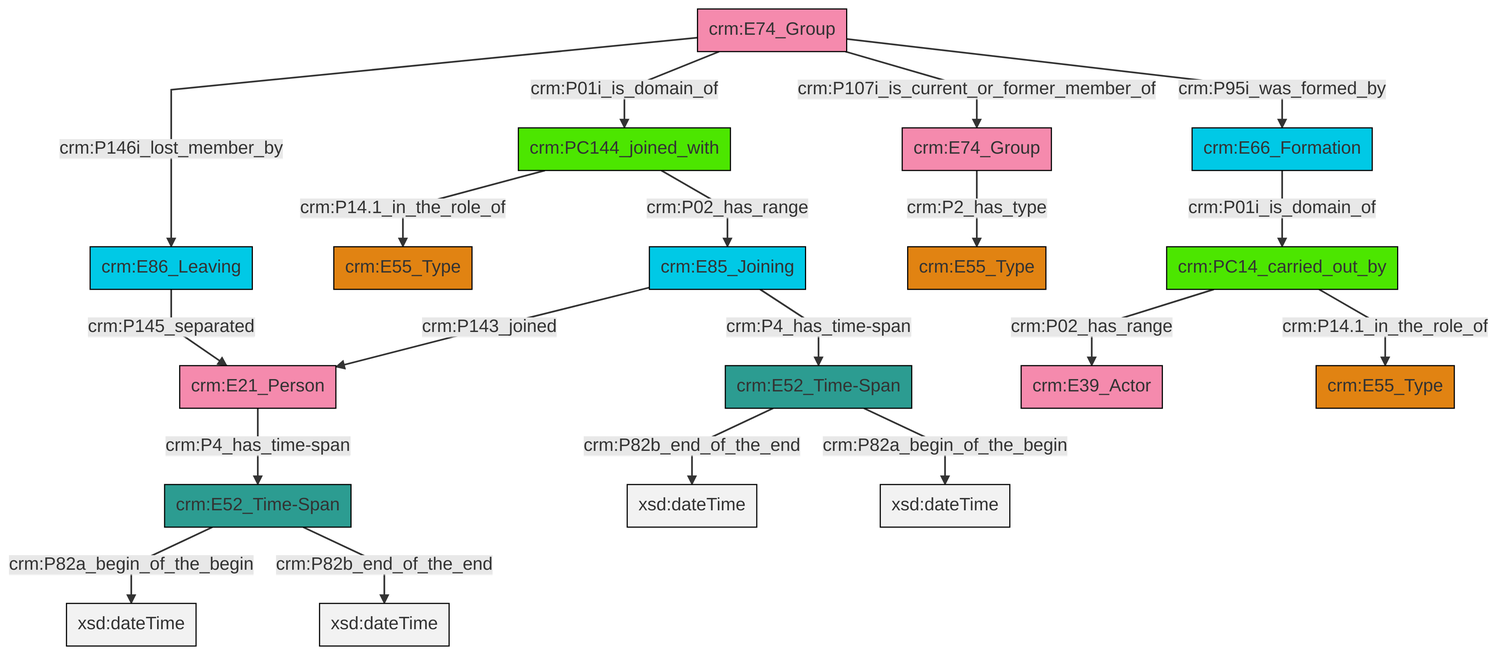
Above: et/groupCSV/ttl/mmd/png/group_actor_relations.png in swiss-art-research-net/reference-data-models (Mermaid), before the change. Its source is kept beside it as et/groupCSV/ttl/mmd/group_actor_relations.ttl.mmd.
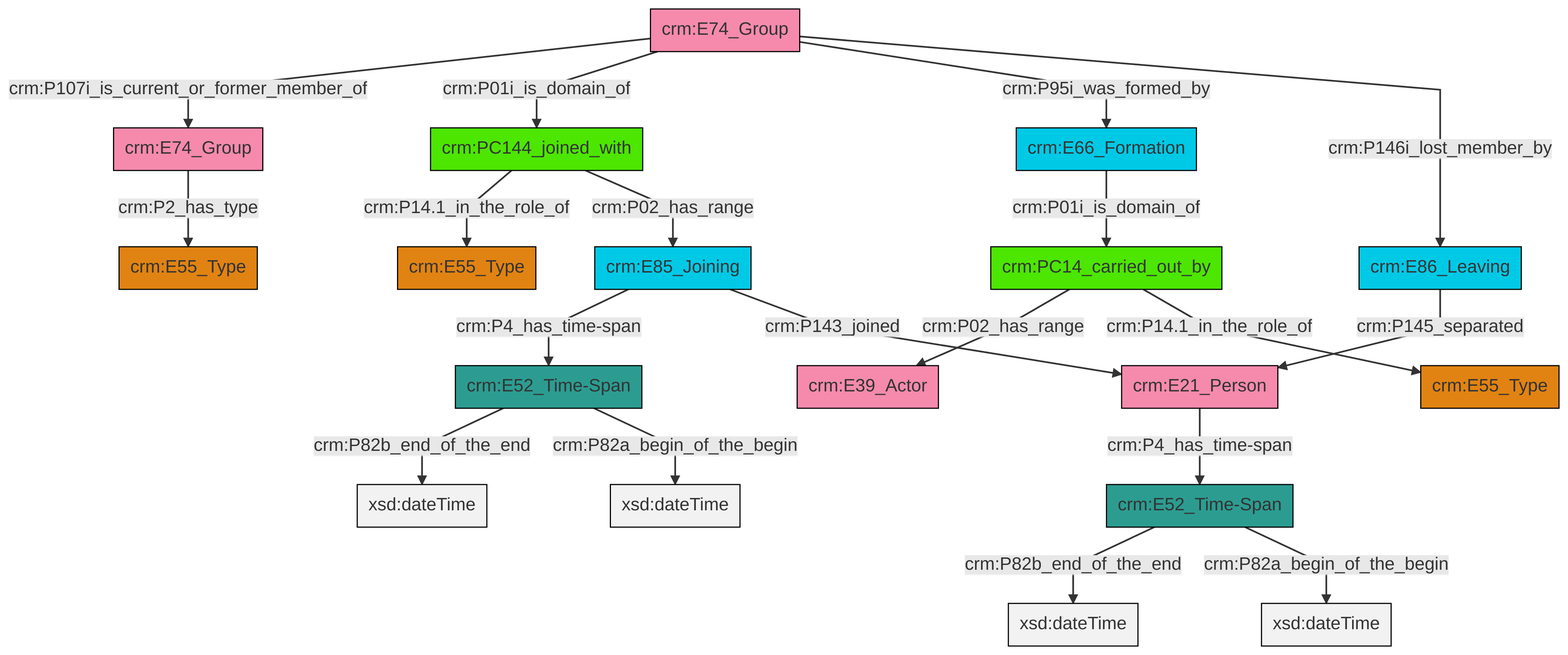
The same diagram one commit later.

What changed in the source:
```diff
@@ -13,21 +13,21 @@
 classDef PC_Classes fill:#4ce600, stroke:#000000;
 classDef Multi fill:#cccccc,stroke:#000000;
 
-0["crm:E86_Leaving"]:::Temporal_Entity -->|crm:P145_separated| 1["crm:E21_Person"]:::Actor
-2["crm:E52_Time-Span"]:::Time-Span -->|crm:P82b_end_of_the_end| 3[xsd:dateTime]:::Literal
-4["crm:E52_Time-Span"]:::Time-Span -->|crm:P82a_begin_of_the_begin| 6[xsd:dateTime]:::Literal
-7["crm:E74_Group"]:::Actor -->|crm:P146i_lost_member_by| 0["crm:E86_Leaving"]:::Temporal_Entity
-14["crm:E85_Joining"]:::Temporal_Entity -->|crm:P143_joined| 1["crm:E21_Person"]:::Actor
-15["crm:PC14_carried_out_by"]:::PC_Classes -->|crm:P02_has_range| 16["crm:E39_Actor"]:::Actor
-7["crm:E74_Group"]:::Actor -->|crm:P01i_is_domain_of| 18["crm:PC144_joined_with"]:::PC_Classes
-15["crm:PC14_carried_out_by"]:::PC_Classes -->|crm:P14.1_in_the_role_of| 19["crm:E55_Type"]:::Type
-1["crm:E21_Person"]:::Actor -->|crm:P4_has_time-span| 4["crm:E52_Time-Span"]:::Time-Span
-9["crm:E66_Formation"]:::Temporal_Entity -->|crm:P01i_is_domain_of| 15["crm:PC14_carried_out_by"]:::PC_Classes
-7["crm:E74_Group"]:::Actor -->|crm:P107i_is_current_or_former_member_of| 28["crm:E74_Group"]:::Actor
-2["crm:E52_Time-Span"]:::Time-Span -->|crm:P82a_begin_of_the_begin| 29[xsd:dateTime]:::Literal
-7["crm:E74_Group"]:::Actor -->|crm:P95i_was_formed_by| 9["crm:E66_Formation"]:::Temporal_Entity
-14["crm:E85_Joining"]:::Temporal_Entity -->|crm:P4_has_time-span| 2["crm:E52_Time-Span"]:::Time-Span
-4["crm:E52_Time-Span"]:::Time-Span -->|crm:P82b_end_of_the_end| 31[xsd:dateTime]:::Literal
-28["crm:E74_Group"]:::Actor -->|crm:P2_has_type| 12["crm:E55_Type"]:::Type
-18["crm:PC144_joined_with"]:::PC_Classes -->|crm:P14.1_in_the_role_of| 26["crm:E55_Type"]:::Type
-18["crm:PC144_joined_with"]:::PC_Classes -->|crm:P02_has_range| 14["crm:E85_Joining"]:::Temporal_Entity
+2["crm:E52_Time-Span"]:::Time-Span -->|crm:P82b_end_of_the_end| 4[xsd:dateTime]:::Literal
+5["crm:E66_Formation"]:::Temporal_Entity -->|crm:P01i_is_domain_of| 6["crm:PC14_carried_out_by"]:::PC_Classes
+16["crm:E74_Group"]:::Actor -->|crm:P107i_is_current_or_former_member_of| 7["crm:E74_Group"]:::Actor
+0["crm:E52_Time-Span"]:::Time-Span -->|crm:P82b_end_of_the_end| 17[xsd:dateTime]:::Literal
+11["crm:PC144_joined_with"]:::PC_Classes -->|crm:P14.1_in_the_role_of| 14["crm:E55_Type"]:::Type
+18["crm:E21_Person"]:::Actor -->|crm:P4_has_time-span| 0["crm:E52_Time-Span"]:::Time-Span
+16["crm:E74_Group"]:::Actor -->|crm:P01i_is_domain_of| 11["crm:PC144_joined_with"]:::PC_Classes
+6["crm:PC14_carried_out_by"]:::PC_Classes -->|crm:P02_has_range| 9["crm:E39_Actor"]:::Actor
+7["crm:E74_Group"]:::Actor -->|crm:P2_has_type| 20["crm:E55_Type"]:::Type
+16["crm:E74_Group"]:::Actor -->|crm:P95i_was_formed_by| 5["crm:E66_Formation"]:::Temporal_Entity
+24["crm:E85_Joining"]:::Temporal_Entity -->|crm:P4_has_time-span| 2["crm:E52_Time-Span"]:::Time-Span
+0["crm:E52_Time-Span"]:::Time-Span -->|crm:P82a_begin_of_the_begin| 26[xsd:dateTime]:::Literal
+2["crm:E52_Time-Span"]:::Time-Span -->|crm:P82a_begin_of_the_begin| 27[xsd:dateTime]:::Literal
+16["crm:E74_Group"]:::Actor -->|crm:P146i_lost_member_by| 30["crm:E86_Leaving"]:::Temporal_Entity
+6["crm:PC14_carried_out_by"]:::PC_Classes -->|crm:P14.1_in_the_role_of| 31["crm:E55_Type"]:::Type
+24["crm:E85_Joining"]:::Temporal_Entity -->|crm:P143_joined| 18["crm:E21_Person"]:::Actor
+30["crm:E86_Leaving"]:::Temporal_Entity -->|crm:P145_separated| 18["crm:E21_Person"]:::Actor
+11["crm:PC144_joined_with"]:::PC_Classes -->|crm:P02_has_range| 24["crm:E85_Joining"]:::Temporal_Entity
```
